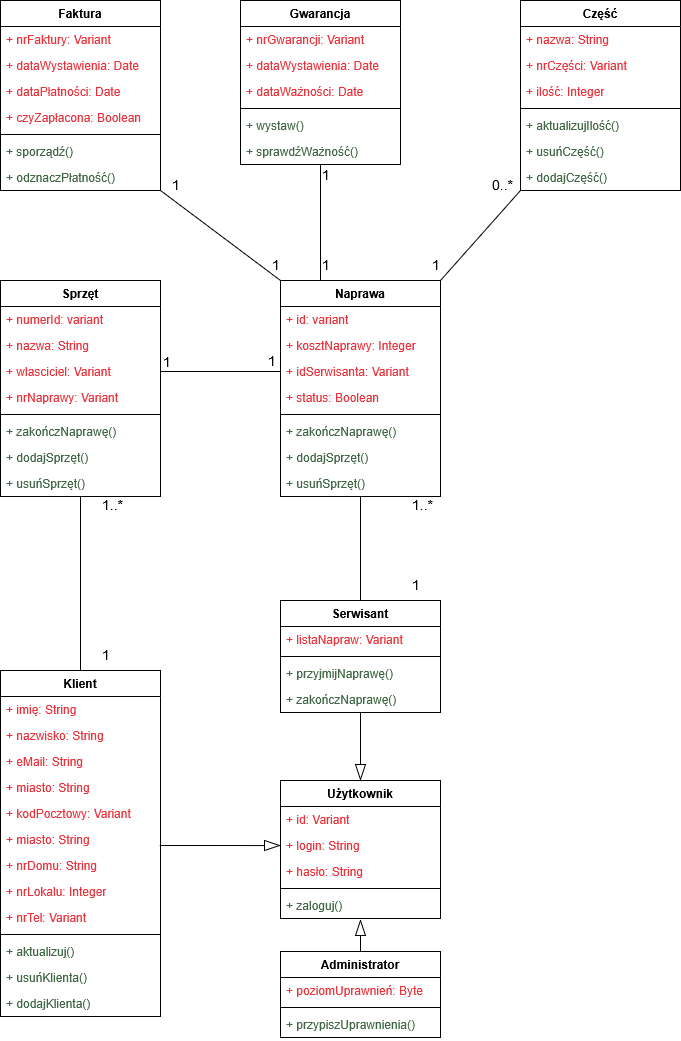
This is diagramKlasImplementacyjny.png from krystianczajkowski/ProjektowanieSystemowInformatycznych, a draw.io export, as it was before one commit. Source tidied: cells renumbered, new cells last; positions are measured from the earlier drawing's top-left corner, leaving out a move shared by most shapes.
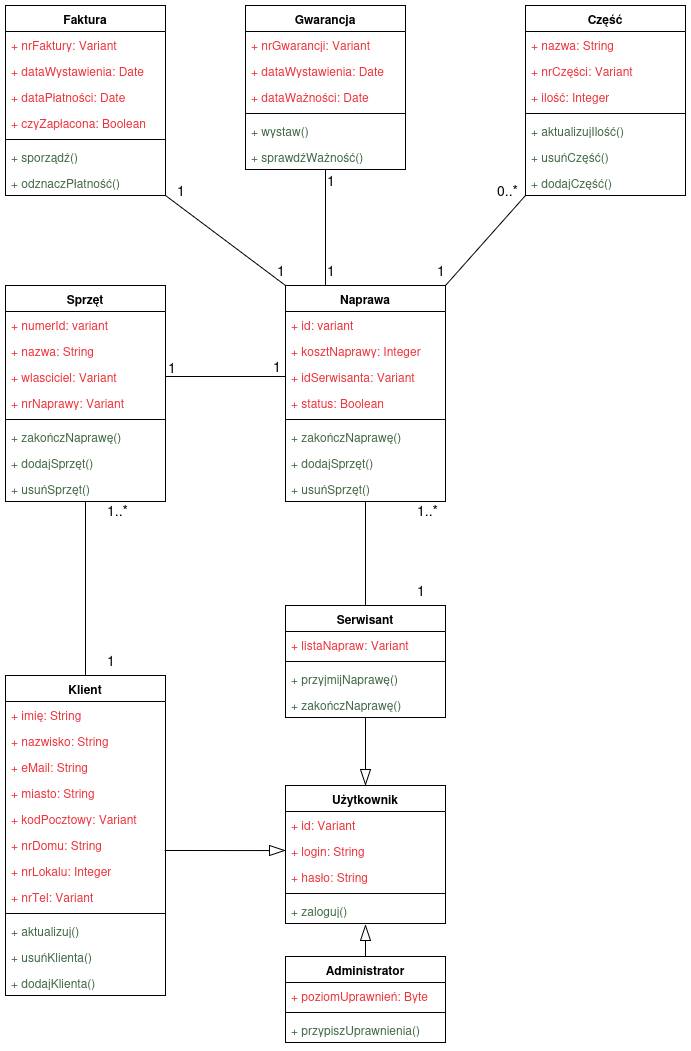
The same diagram one commit later.

Commit message:
usunięcie zduplikowanych pól

Change to the diagram source:
```diff
@@ -93,7 +93,7 @@
       <mxGeometry relative="1" as="geometry" />
     </mxCell>
     <mxCell id="32" value="Klient" style="swimlane;fontStyle=1;align=center;verticalAlign=top;horizontal=1;startSize=26;whiteSpace=wrap;html=1;" parent="1" vertex="1">
-      <mxGeometry y="670" width="160" height="346" as="geometry" />
+      <mxGeometry y="670" width="160" height="320" as="geometry" />
     </mxCell>
     <mxCell id="33" value="+ imię: String " style="text;strokeColor=none;fillColor=none;align=left;verticalAlign=top;spacingLeft=4;spacingRight=4;overflow=hidden;whiteSpace=wrap;html=1;fontColor=light-dark(#ed333b, #ededed);" parent="32" vertex="1">
       <mxGeometry y="26" width="160" height="26" as="geometry" />
@@ -110,29 +110,26 @@
     <mxCell id="37" value="+ kodPocztowy: Variant" style="text;strokeColor=none;fillColor=none;align=left;verticalAlign=top;spacingLeft=4;spacingRight=4;overflow=hidden;whiteSpace=wrap;html=1;fontColor=light-dark(#ed333b, #ededed);" parent="32" vertex="1">
       <mxGeometry y="130" width="160" height="26" as="geometry" />
     </mxCell>
-    <mxCell id="38" value="+ miasto: String" style="text;strokeColor=none;fillColor=none;align=left;verticalAlign=top;spacingLeft=4;spacingRight=4;overflow=hidden;points=[[0,0.5],[1,0.5]];portConstraint=eastwest;whiteSpace=wrap;html=1;fontColor=light-dark(#ed333b, #ededed);" parent="32" vertex="1">
-      <mxGeometry y="156" width="160" height="26" as="geometry" />
-    </mxCell>
     <mxCell id="39" value="+ nrDomu: String" style="text;strokeColor=none;fillColor=none;align=left;verticalAlign=top;spacingLeft=4;spacingRight=4;overflow=hidden;whiteSpace=wrap;html=1;fontColor=light-dark(#ed333b, #ededed);" parent="32" vertex="1">
-      <mxGeometry y="182" width="160" height="26" as="geometry" />
+      <mxGeometry y="156" width="160" height="26" as="geometry" />
     </mxCell>
     <mxCell id="40" value="+ nrLokalu: Integer" style="text;strokeColor=none;fillColor=none;align=left;verticalAlign=top;spacingLeft=4;spacingRight=4;overflow=hidden;whiteSpace=wrap;html=1;fontColor=light-dark(#ed333b, #ededed);" parent="32" vertex="1">
-      <mxGeometry y="208" width="160" height="26" as="geometry" />
+      <mxGeometry y="182" width="160" height="26" as="geometry" />
     </mxCell>
     <mxCell id="41" value="+ nrTel: Variant " style="text;strokeColor=none;fillColor=none;align=left;verticalAlign=top;spacingLeft=4;spacingRight=4;overflow=hidden;whiteSpace=wrap;html=1;fontColor=light-dark(#ed333b, #ededed);" parent="32" vertex="1">
-      <mxGeometry y="234" width="160" height="26" as="geometry" />
+      <mxGeometry y="208" width="160" height="26" as="geometry" />
     </mxCell>
     <mxCell id="42" style="line;strokeWidth=1;fillColor=none;align=left;verticalAlign=middle;spacingTop=-1;spacingLeft=3;spacingRight=3;labelPosition=right;strokeColor=inherit;" parent="32" vertex="1">
-      <mxGeometry y="260" width="160" height="8" as="geometry" />
+      <mxGeometry y="234" width="160" height="8" as="geometry" />
     </mxCell>
     <mxCell id="43" value="+ aktualizuj() " style="text;strokeColor=none;fillColor=none;align=left;verticalAlign=top;spacingLeft=4;spacingRight=4;overflow=hidden;whiteSpace=wrap;html=1;fontColor=light-dark(#406844, #ededed);" parent="32" vertex="1">
-      <mxGeometry y="268" width="160" height="26" as="geometry" />
+      <mxGeometry y="242" width="160" height="26" as="geometry" />
     </mxCell>
     <mxCell id="44" value="+ usuńKlienta() " style="text;strokeColor=none;fillColor=none;align=left;verticalAlign=top;spacingLeft=4;spacingRight=4;overflow=hidden;whiteSpace=wrap;html=1;fontColor=light-dark(#406844, #ededed);" parent="32" vertex="1">
-      <mxGeometry y="294" width="160" height="26" as="geometry" />
+      <mxGeometry y="268" width="160" height="26" as="geometry" />
     </mxCell>
     <mxCell id="45" value="+ dodajKlienta() " style="text;strokeColor=none;fillColor=none;align=left;verticalAlign=top;spacingLeft=4;spacingRight=4;overflow=hidden;whiteSpace=wrap;html=1;fontColor=light-dark(#406844, #ededed);" parent="32" vertex="1">
-      <mxGeometry y="320" width="160" height="26" as="geometry" />
+      <mxGeometry y="294" width="160" height="26" as="geometry" />
     </mxCell>
     <mxCell id="46" value="Część" style="swimlane;fontStyle=1;align=center;verticalAlign=top;horizontal=1;startSize=26;whiteSpace=wrap;html=1;" parent="1" vertex="1">
       <mxGeometry x="520" width="160" height="190" as="geometry" />
@@ -301,8 +298,10 @@
         <mxPoint x="-94" y="-150" as="offset" />
       </mxGeometry>
     </mxCell>
-    <mxCell id="93" style="edgeStyle=none;curved=1;rounded=0;jettySize=auto;html=1;fontSize=12;startSize=8;endSize=14;endArrow=blockThin;endFill=0;entryX=0;entryY=0.5;entryDx=0;entryDy=0;exitX=0.998;exitY=0.729;exitDx=0;exitDy=0;exitPerimeter=0;" parent="1" edge="1" source="38" target="4">
-      <mxGeometry relative="1" as="geometry" />
+    <mxCell id="93" style="edgeStyle=none;curved=1;rounded=0;jettySize=auto;html=1;fontSize=12;startSize=8;endSize=14;endArrow=blockThin;endFill=0;entryX=0;entryY=0.5;entryDx=0;entryDy=0;exitX=0.998;exitY=0.729;exitDx=0;exitDy=0;exitPerimeter=0;" parent="1" edge="1" target="4">
+      <mxGeometry relative="1" as="geometry">
+        <mxPoint x="159.7" y="845" as="sourcePoint" />
+      </mxGeometry>
     </mxCell>
   </root>
 </mxGraphModel>
```
